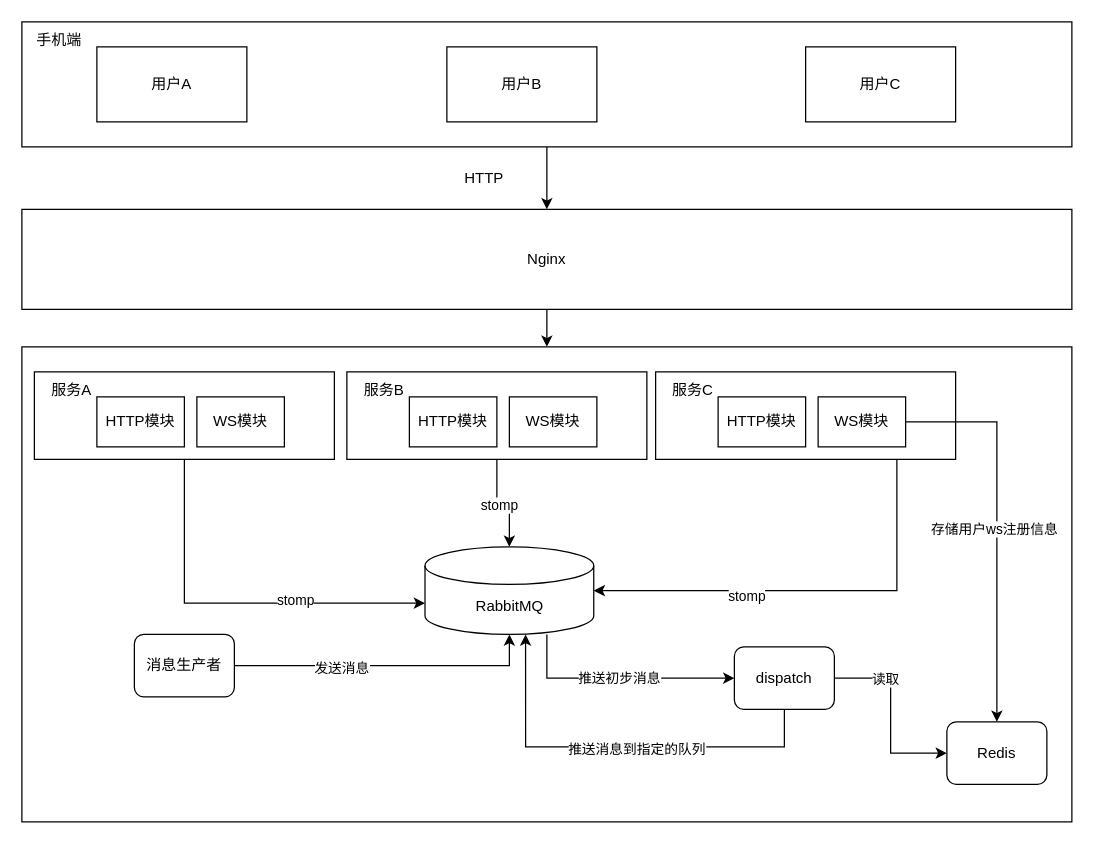
This is Untitled Diagram.drawio from remember-5/draw-file, a draw.io file, before an edit. Source tidied: cells renumbered, new cells numbered last; positions are measured from the earlier drawing's top-left corner, leaving out a move shared by most shapes. Both pictures are drawn from the tidied source at 125%, with x=0, y=0 at pixel (21, 21).
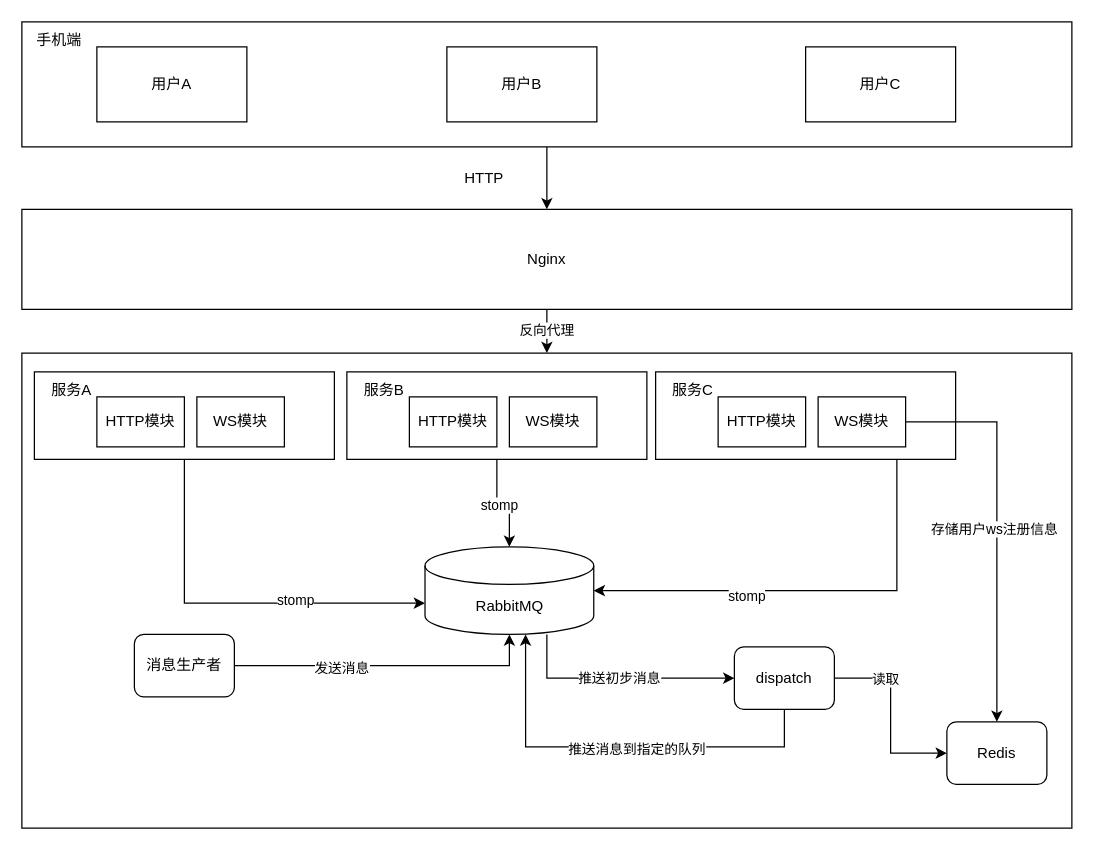
The same diagram, later.

The change refers to these unchanged cells:
```xml
<mxCell id="19" value="Nginx" style="rounded=0;whiteSpace=wrap;html=1;" parent="1" vertex="1">
  <mxGeometry y="150" width="840" height="80" as="geometry" />
</mxCell>
```

What changed in the source:
```diff
@@
     <mxCell id="2" style="rounded=0;whiteSpace=wrap;html=1;" parent="1" vertex="1">
-      <mxGeometry y="260" width="840" height="380" as="geometry" />
+      <mxGeometry y="265" width="840" height="380" as="geometry" />
     </mxCell>
@@
-    <mxCell id="18" style="edgeStyle=orthogonalEdgeStyle;rounded=0;jettySize=auto;html=1;entryX=0.5;entryY=0;entryDx=0;entryDy=0;" parent="1" edge="1" source="19" target="2">
+    <mxCell id="18" value="反向代理" style="edgeStyle=orthogonalEdgeStyle;rounded=0;jettySize=auto;html=1;entryX=0.5;entryY=0;entryDx=0;entryDy=0;" parent="1" edge="1" source="19" target="2">
       <mxGeometry relative="1" as="geometry" />
     </mxCell>
```
